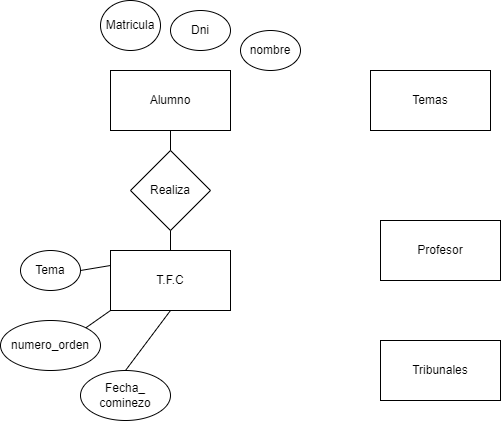
Before: Tema2/Tarea2/Ejercicio2.drawio.png, a diagram exported from draw.io (Joseman2000LR/Bae). Source tidied: cells renumbered, new cells last; positions are measured from the earlier drawing's top-left corner, leaving out a move shared by most shapes. Its diagram source:
```xml
<mxGraphModel>
  <root>
    <mxCell id="0" />
    <mxCell id="1" parent="0" />
    <mxCell id="2" value="Profesor" style="rounded=0;whiteSpace=wrap;html=1;" parent="1" vertex="1">
      <mxGeometry x="380" y="220" width="120" height="60" as="geometry" />
    </mxCell>
    <mxCell id="3" value="Temas" style="rounded=0;whiteSpace=wrap;html=1;" parent="1" vertex="1">
      <mxGeometry x="370" y="70" width="120" height="60" as="geometry" />
    </mxCell>
    <mxCell id="4" value="Alumno" style="rounded=0;whiteSpace=wrap;html=1;" parent="1" vertex="1">
      <mxGeometry x="110" y="70" width="120" height="60" as="geometry" />
    </mxCell>
    <mxCell id="5" value="Tribunales" style="rounded=0;whiteSpace=wrap;html=1;" parent="1" vertex="1">
      <mxGeometry x="380" y="340" width="120" height="60" as="geometry" />
    </mxCell>
    <mxCell id="6" value="nombre" style="ellipse;whiteSpace=wrap;html=1;" parent="1" vertex="1">
      <mxGeometry x="240" y="30" width="60" height="40" as="geometry" />
    </mxCell>
    <mxCell id="7" value="Dni" style="ellipse;whiteSpace=wrap;html=1;" parent="1" vertex="1">
      <mxGeometry x="170" y="10" width="60" height="40" as="geometry" />
    </mxCell>
    <mxCell id="8" value="Matricula" style="ellipse;whiteSpace=wrap;html=1;" parent="1" vertex="1">
      <mxGeometry x="100" width="60" height="50" as="geometry" />
    </mxCell>
    <mxCell id="9" value="T.F.C" style="rounded=0;whiteSpace=wrap;html=1;" parent="1" vertex="1">
      <mxGeometry x="110" y="250" width="120" height="60" as="geometry" />
    </mxCell>
    <mxCell id="10" value="Realiza" style="rhombus;whiteSpace=wrap;html=1;" parent="1" vertex="1">
      <mxGeometry x="130" y="150" width="80" height="80" as="geometry" />
    </mxCell>
    <mxCell id="11" style="endArrow=none;html=1;entryX=0.5;entryY=1;entryDx=0;entryDy=0;exitX=0.5;exitY=0;exitDx=0;exitDy=0;" parent="1" edge="1" source="10" target="4">
      <mxGeometry relative="1" as="geometry" />
    </mxCell>
    <mxCell id="12" style="endArrow=none;html=1;exitX=0.5;exitY=1;exitDx=0;exitDy=0;entryX=0.5;entryY=0;entryDx=0;entryDy=0;" parent="1" edge="1" source="10" target="9">
      <mxGeometry relative="1" as="geometry" />
    </mxCell>
    <mxCell id="13" value="Fecha_&lt;br&gt;cominezo" style="ellipse;whiteSpace=wrap;html=1;" parent="1" vertex="1">
      <mxGeometry x="80" y="370" width="90" height="50" as="geometry" />
    </mxCell>
    <mxCell id="14" value="numero_orden" style="ellipse;whiteSpace=wrap;html=1;" parent="1" vertex="1">
      <mxGeometry y="320" width="100" height="50" as="geometry" />
    </mxCell>
    <mxCell id="15" value="Tema" style="ellipse;whiteSpace=wrap;html=1;" parent="1" vertex="1">
      <mxGeometry x="20" y="250" width="60" height="40" as="geometry" />
    </mxCell>
    <mxCell id="16" style="endArrow=none;html=1;exitX=0.5;exitY=0;exitDx=0;exitDy=0;entryX=0.5;entryY=1;entryDx=0;entryDy=0;" parent="1" edge="1" source="13" target="9">
      <mxGeometry relative="1" as="geometry" />
    </mxCell>
    <mxCell id="17" style="endArrow=none;html=1;exitX=1;exitY=0;exitDx=0;exitDy=0;entryX=0;entryY=1;entryDx=0;entryDy=0;" parent="1" edge="1" source="14" target="9">
      <mxGeometry relative="1" as="geometry" />
    </mxCell>
    <mxCell id="18" style="endArrow=none;html=1;exitX=1;exitY=0.5;exitDx=0;exitDy=0;entryX=0;entryY=0.25;entryDx=0;entryDy=0;" parent="1" edge="1" source="15" target="9">
      <mxGeometry relative="1" as="geometry" />
    </mxCell>
  </root>
</mxGraphModel>
```
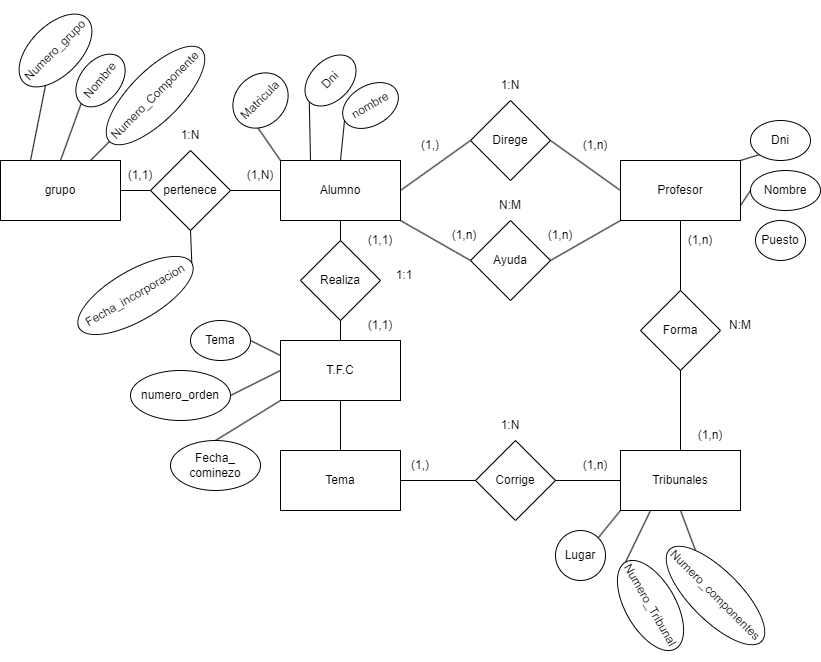
After the change.

Commit message:
terminado el diagrama

Diff of the diagram source:
```diff
@@ -3,31 +3,28 @@
     <mxCell id="0" />
     <mxCell id="1" parent="0" />
     <mxCell id="2" value="Profesor" style="rounded=0;whiteSpace=wrap;html=1;" parent="1" vertex="1">
-      <mxGeometry x="380" y="220" width="120" height="60" as="geometry" />
+      <mxGeometry x="530" y="135" width="120" height="60" as="geometry" />
     </mxCell>
-    <mxCell id="3" value="Temas" style="rounded=0;whiteSpace=wrap;html=1;" parent="1" vertex="1">
-      <mxGeometry x="370" y="70" width="120" height="60" as="geometry" />
-    </mxCell>
     <mxCell id="4" value="Alumno" style="rounded=0;whiteSpace=wrap;html=1;" parent="1" vertex="1">
-      <mxGeometry x="110" y="70" width="120" height="60" as="geometry" />
+      <mxGeometry x="190" y="135" width="120" height="60" as="geometry" />
     </mxCell>
     <mxCell id="5" value="Tribunales" style="rounded=0;whiteSpace=wrap;html=1;" parent="1" vertex="1">
-      <mxGeometry x="380" y="340" width="120" height="60" as="geometry" />
+      <mxGeometry x="530" y="425" width="120" height="60" as="geometry" />
     </mxCell>
-    <mxCell id="6" value="nombre" style="ellipse;whiteSpace=wrap;html=1;" parent="1" vertex="1">
-      <mxGeometry x="240" y="30" width="60" height="40" as="geometry" />
+    <mxCell id="6" value="nombre" style="ellipse;whiteSpace=wrap;html=1;rotation=-30;" parent="1" vertex="1">
+      <mxGeometry x="250" y="60" width="60" height="40" as="geometry" />
     </mxCell>
-    <mxCell id="7" value="Dni" style="ellipse;whiteSpace=wrap;html=1;" parent="1" vertex="1">
-      <mxGeometry x="170" y="10" width="60" height="40" as="geometry" />
+    <mxCell id="7" value="Dni" style="ellipse;whiteSpace=wrap;html=1;rotation=-45;" parent="1" vertex="1">
+      <mxGeometry x="210" y="35" width="60" height="40" as="geometry" />
     </mxCell>
-    <mxCell id="8" value="Matricula" style="ellipse;whiteSpace=wrap;html=1;" parent="1" vertex="1">
-      <mxGeometry x="100" width="60" height="50" as="geometry" />
+    <mxCell id="8" value="Matricula" style="ellipse;whiteSpace=wrap;html=1;rotation=-45;" parent="1" vertex="1">
+      <mxGeometry x="140" y="50" width="60" height="50" as="geometry" />
     </mxCell>
     <mxCell id="9" value="T.F.C" style="rounded=0;whiteSpace=wrap;html=1;" parent="1" vertex="1">
-      <mxGeometry x="110" y="250" width="120" height="60" as="geometry" />
+      <mxGeometry x="190" y="315" width="120" height="60" as="geometry" />
     </mxCell>
     <mxCell id="10" value="Realiza" style="rhombus;whiteSpace=wrap;html=1;" parent="1" vertex="1">
-      <mxGeometry x="130" y="150" width="80" height="80" as="geometry" />
+      <mxGeometry x="210" y="215" width="80" height="80" as="geometry" />
     </mxCell>
     <mxCell id="11" style="endArrow=none;html=1;entryX=0.5;entryY=1;entryDx=0;entryDy=0;exitX=0.5;exitY=0;exitDx=0;exitDy=0;" parent="1" edge="1" source="10" target="4">
       <mxGeometry relative="1" as="geometry" />
@@ -36,22 +33,198 @@
       <mxGeometry relative="1" as="geometry" />
     </mxCell>
     <mxCell id="13" value="Fecha_&lt;br&gt;cominezo" style="ellipse;whiteSpace=wrap;html=1;" parent="1" vertex="1">
-      <mxGeometry x="80" y="370" width="90" height="50" as="geometry" />
+      <mxGeometry x="80" y="415" width="90" height="50" as="geometry" />
     </mxCell>
     <mxCell id="14" value="numero_orden" style="ellipse;whiteSpace=wrap;html=1;" parent="1" vertex="1">
-      <mxGeometry y="320" width="100" height="50" as="geometry" />
+      <mxGeometry x="40" y="345" width="100" height="50" as="geometry" />
     </mxCell>
     <mxCell id="15" value="Tema" style="ellipse;whiteSpace=wrap;html=1;" parent="1" vertex="1">
-      <mxGeometry x="20" y="250" width="60" height="40" as="geometry" />
+      <mxGeometry x="100" y="295" width="60" height="40" as="geometry" />
     </mxCell>
-    <mxCell id="16" style="endArrow=none;html=1;exitX=0.5;exitY=0;exitDx=0;exitDy=0;entryX=0.5;entryY=1;entryDx=0;entryDy=0;" parent="1" edge="1" source="13" target="9">
+    <mxCell id="16" style="endArrow=none;html=1;exitX=0.5;exitY=0;exitDx=0;exitDy=0;entryX=0;entryY=1;entryDx=0;entryDy=0;" parent="1" edge="1" source="13" target="9">
       <mxGeometry relative="1" as="geometry" />
     </mxCell>
-    <mxCell id="17" style="endArrow=none;html=1;exitX=1;exitY=0;exitDx=0;exitDy=0;entryX=0;entryY=1;entryDx=0;entryDy=0;" parent="1" edge="1" source="14" target="9">
+    <mxCell id="17" style="endArrow=none;html=1;exitX=1;exitY=0.5;exitDx=0;exitDy=0;entryX=0;entryY=0.5;entryDx=0;entryDy=0;" parent="1" edge="1" source="14" target="9">
       <mxGeometry relative="1" as="geometry" />
     </mxCell>
     <mxCell id="18" style="endArrow=none;html=1;exitX=1;exitY=0.5;exitDx=0;exitDy=0;entryX=0;entryY=0.25;entryDx=0;entryDy=0;" parent="1" edge="1" source="15" target="9">
       <mxGeometry relative="1" as="geometry" />
     </mxCell>
+    <mxCell id="19" value="Numero_Tribunal" style="ellipse;whiteSpace=wrap;html=1;rotation=60;" parent="1" vertex="1">
+      <mxGeometry x="510" y="555" width="100" height="50" as="geometry" />
+    </mxCell>
+    <mxCell id="20" value="Puesto" style="ellipse;whiteSpace=wrap;html=1;" parent="1" vertex="1">
+      <mxGeometry x="665" y="195" width="50" height="40" as="geometry" />
+    </mxCell>
+    <mxCell id="21" value="Nombre" style="ellipse;whiteSpace=wrap;html=1;" parent="1" vertex="1">
+      <mxGeometry x="660" y="145" width="70" height="40" as="geometry" />
+    </mxCell>
+    <mxCell id="22" value="Dni" style="ellipse;whiteSpace=wrap;html=1;" parent="1" vertex="1">
+      <mxGeometry x="660" y="95" width="60" height="40" as="geometry" />
+    </mxCell>
+    <mxCell id="23" value="Direge" style="rhombus;whiteSpace=wrap;html=1;" parent="1" vertex="1">
+      <mxGeometry x="380" y="75" width="80" height="80" as="geometry" />
+    </mxCell>
+    <mxCell id="24" value="Forma" style="rhombus;whiteSpace=wrap;html=1;" parent="1" vertex="1">
+      <mxGeometry x="550" y="265" width="80" height="80" as="geometry" />
+    </mxCell>
+    <mxCell id="25" style="endArrow=none;html=1;entryX=0;entryY=0.5;entryDx=0;entryDy=0;exitX=1;exitY=0.5;exitDx=0;exitDy=0;" parent="1" edge="1" source="23" target="2">
+      <mxGeometry relative="1" as="geometry" />
+    </mxCell>
+    <mxCell id="26" style="endArrow=none;html=1;entryX=0.5;entryY=1;entryDx=0;entryDy=0;" parent="1" edge="1" source="24" target="2">
+      <mxGeometry relative="1" as="geometry" />
+    </mxCell>
+    <mxCell id="27" style="endArrow=none;html=1;entryX=0;entryY=0.5;entryDx=0;entryDy=0;exitX=1;exitY=0.5;exitDx=0;exitDy=0;" parent="1" edge="1" source="4" target="23">
+      <mxGeometry relative="1" as="geometry" />
+    </mxCell>
+    <mxCell id="28" style="endArrow=none;html=1;entryX=0.5;entryY=1;entryDx=0;entryDy=0;exitX=0.5;exitY=0;exitDx=0;exitDy=0;" parent="1" edge="1" source="5" target="24">
+      <mxGeometry relative="1" as="geometry" />
+    </mxCell>
+    <mxCell id="29" value="Lugar" style="ellipse;whiteSpace=wrap;html=1;" parent="1" vertex="1">
+      <mxGeometry x="465" y="505" width="50" height="50" as="geometry" />
+    </mxCell>
+    <mxCell id="30" value="Numero_componentes" style="ellipse;whiteSpace=wrap;html=1;rotation=45;" parent="1" vertex="1">
+      <mxGeometry x="560" y="545" width="130" height="50" as="geometry" />
+    </mxCell>
+    <mxCell id="31" style="endArrow=none;html=1;entryX=0.5;entryY=1;entryDx=0;entryDy=0;exitX=0;exitY=0;exitDx=0;exitDy=0;" parent="1" edge="1" source="30" target="5">
+      <mxGeometry relative="1" as="geometry" />
+    </mxCell>
+    <mxCell id="32" style="endArrow=none;html=1;entryX=0.25;entryY=1;entryDx=0;entryDy=0;exitX=0;exitY=0.5;exitDx=0;exitDy=0;" parent="1" edge="1" source="19" target="5">
+      <mxGeometry relative="1" as="geometry" />
+    </mxCell>
+    <mxCell id="33" style="endArrow=none;html=1;entryX=0;entryY=1;entryDx=0;entryDy=0;exitX=1;exitY=0;exitDx=0;exitDy=0;" parent="1" edge="1" source="29" target="5">
+      <mxGeometry relative="1" as="geometry" />
+    </mxCell>
+    <mxCell id="34" value="pertenece" style="rhombus;whiteSpace=wrap;html=1;" parent="1" vertex="1">
+      <mxGeometry x="60" y="125" width="80" height="80" as="geometry" />
+    </mxCell>
+    <mxCell id="35" style="endArrow=none;html=1;entryX=0;entryY=0.5;entryDx=0;entryDy=0;exitX=1;exitY=0.5;exitDx=0;exitDy=0;" parent="1" edge="1" source="34" target="4">
+      <mxGeometry relative="1" as="geometry" />
+    </mxCell>
+    <mxCell id="36" value="grupo" style="rounded=0;whiteSpace=wrap;html=1;" parent="1" vertex="1">
+      <mxGeometry x="-90" y="135" width="120" height="60" as="geometry" />
+    </mxCell>
+    <mxCell id="37" style="endArrow=none;html=1;entryX=0;entryY=0.5;entryDx=0;entryDy=0;exitX=1;exitY=0.5;exitDx=0;exitDy=0;" parent="1" edge="1" source="36" target="34">
+      <mxGeometry relative="1" as="geometry" />
+    </mxCell>
+    <mxCell id="38" value="Fecha_incorporacion" style="ellipse;whiteSpace=wrap;html=1;rotation=-30;" parent="1" vertex="1">
+      <mxGeometry x="-20" y="245" width="130" height="50" as="geometry" />
+    </mxCell>
+    <mxCell id="39" value="Nombre" style="ellipse;whiteSpace=wrap;html=1;rotation=-50;" parent="1" vertex="1">
+      <mxGeometry x="-20" y="35" width="60" height="40" as="geometry" />
+    </mxCell>
+    <mxCell id="40" value="Numero_grupo" style="ellipse;whiteSpace=wrap;html=1;rotation=-45;" parent="1" vertex="1">
+      <mxGeometry x="-80" width="90" height="50" as="geometry" />
+    </mxCell>
+    <mxCell id="41" value="Numero_Componente" style="ellipse;whiteSpace=wrap;html=1;rotation=-45;" parent="1" vertex="1">
+      <mxGeometry y="45" width="130" height="50" as="geometry" />
+    </mxCell>
+    <mxCell id="42" style="endArrow=none;html=1;entryX=0;entryY=0.5;entryDx=0;entryDy=0;exitX=0.75;exitY=0;exitDx=0;exitDy=0;" parent="1" edge="1" source="36" target="41">
+      <mxGeometry relative="1" as="geometry" />
+    </mxCell>
+    <mxCell id="43" style="endArrow=none;html=1;entryX=0;entryY=0.5;entryDx=0;entryDy=0;exitX=0.5;exitY=0;exitDx=0;exitDy=0;" parent="1" edge="1" source="36" target="39">
+      <mxGeometry relative="1" as="geometry" />
+    </mxCell>
+    <mxCell id="44" style="endArrow=none;html=1;entryX=0;entryY=1;entryDx=0;entryDy=0;exitX=0.25;exitY=0;exitDx=0;exitDy=0;" parent="1" edge="1" source="36" target="40">
+      <mxGeometry relative="1" as="geometry" />
+    </mxCell>
+    <mxCell id="45" value="1:N" style="text;html=1;strokeColor=none;fillColor=none;align=center;verticalAlign=middle;whiteSpace=wrap;rounded=0;" parent="1" vertex="1">
+      <mxGeometry x="70" y="95" width="60" height="30" as="geometry" />
+    </mxCell>
+    <mxCell id="46" value="(1,1)" style="text;html=1;strokeColor=none;fillColor=none;align=center;verticalAlign=middle;whiteSpace=wrap;rounded=0;" parent="1" vertex="1">
+      <mxGeometry x="20" y="135" width="60" height="30" as="geometry" />
+    </mxCell>
+    <mxCell id="47" value="(1,N)" style="text;html=1;strokeColor=none;fillColor=none;align=center;verticalAlign=middle;whiteSpace=wrap;rounded=0;" parent="1" vertex="1">
+      <mxGeometry x="140" y="135" width="60" height="30" as="geometry" />
+    </mxCell>
+    <mxCell id="48" style="endArrow=none;html=1;entryX=0.5;entryY=1;entryDx=0;entryDy=0;exitX=1;exitY=0.5;exitDx=0;exitDy=0;" parent="1" edge="1" source="38" target="34">
+      <mxGeometry relative="1" as="geometry" />
+    </mxCell>
+    <mxCell id="49" value="Ayuda" style="rhombus;whiteSpace=wrap;html=1;" parent="1" vertex="1">
+      <mxGeometry x="380" y="195" width="80" height="80" as="geometry" />
+    </mxCell>
+    <mxCell id="50" style="endArrow=none;html=1;entryX=1;entryY=1;entryDx=0;entryDy=0;exitX=0;exitY=0.5;exitDx=0;exitDy=0;" parent="1" edge="1" source="49" target="4">
+      <mxGeometry relative="1" as="geometry" />
+    </mxCell>
+    <mxCell id="51" style="endArrow=none;html=1;entryX=0;entryY=1;entryDx=0;entryDy=0;exitX=1;exitY=0.5;exitDx=0;exitDy=0;" parent="1" edge="1" source="49" target="2">
+      <mxGeometry relative="1" as="geometry" />
+    </mxCell>
+    <mxCell id="52" style="endArrow=none;html=1;entryX=0;entryY=0.5;entryDx=0;entryDy=0;exitX=1;exitY=0.75;exitDx=0;exitDy=0;" parent="1" edge="1" source="2" target="21">
+      <mxGeometry relative="1" as="geometry" />
+    </mxCell>
+    <mxCell id="53" style="endArrow=none;html=1;entryX=0;entryY=1;entryDx=0;entryDy=0;exitX=1;exitY=0;exitDx=0;exitDy=0;" parent="1" edge="1" source="2" target="22">
+      <mxGeometry relative="1" as="geometry" />
+    </mxCell>
+    <mxCell id="54" style="endArrow=none;html=1;entryX=0;entryY=1;entryDx=0;entryDy=0;exitX=0;exitY=0;exitDx=0;exitDy=0;" parent="1" edge="1" source="4" target="8">
+      <mxGeometry relative="1" as="geometry" />
+    </mxCell>
+    <mxCell id="55" style="endArrow=none;html=1;entryX=0;entryY=0.5;entryDx=0;entryDy=0;exitX=0.5;exitY=0;exitDx=0;exitDy=0;" parent="1" edge="1" source="4" target="6">
+      <mxGeometry relative="1" as="geometry" />
+    </mxCell>
+    <mxCell id="56" style="endArrow=none;html=1;entryX=0;entryY=0.5;entryDx=0;entryDy=0;exitX=0.25;exitY=0;exitDx=0;exitDy=0;" parent="1" edge="1" source="4" target="7">
+      <mxGeometry relative="1" as="geometry" />
+    </mxCell>
+    <mxCell id="57" value="(1,)" style="text;html=1;strokeColor=none;fillColor=none;align=center;verticalAlign=middle;whiteSpace=wrap;rounded=0;" parent="1" vertex="1">
+      <mxGeometry x="310" y="105" width="60" height="30" as="geometry" />
+    </mxCell>
+    <mxCell id="58" value="N:M" style="text;html=1;strokeColor=none;fillColor=none;align=center;verticalAlign=middle;whiteSpace=wrap;rounded=0;" parent="1" vertex="1">
+      <mxGeometry x="390" y="165" width="60" height="30" as="geometry" />
+    </mxCell>
+    <mxCell id="59" value="(1,n)" style="text;html=1;strokeColor=none;fillColor=none;align=center;verticalAlign=middle;whiteSpace=wrap;rounded=0;" parent="1" vertex="1">
+      <mxGeometry x="440" y="195" width="60" height="30" as="geometry" />
+    </mxCell>
+    <mxCell id="60" value="(1,n)" style="text;html=1;strokeColor=none;fillColor=none;align=center;verticalAlign=middle;whiteSpace=wrap;rounded=0;" parent="1" vertex="1">
+      <mxGeometry x="344" y="195" width="60" height="30" as="geometry" />
+    </mxCell>
+    <mxCell id="61" value="1:N" style="text;html=1;strokeColor=none;fillColor=none;align=center;verticalAlign=middle;whiteSpace=wrap;rounded=0;" parent="1" vertex="1">
+      <mxGeometry x="390" y="45" width="60" height="30" as="geometry" />
+    </mxCell>
+    <mxCell id="62" value="(1,n)" style="text;html=1;strokeColor=none;fillColor=none;align=center;verticalAlign=middle;whiteSpace=wrap;rounded=0;" parent="1" vertex="1">
+      <mxGeometry x="475" y="105" width="60" height="30" as="geometry" />
+    </mxCell>
+    <mxCell id="63" value="(1,1)" style="text;html=1;strokeColor=none;fillColor=none;align=center;verticalAlign=middle;whiteSpace=wrap;rounded=0;" parent="1" vertex="1">
+      <mxGeometry x="260" y="285" width="60" height="30" as="geometry" />
+    </mxCell>
+    <mxCell id="64" value="(1,1)" style="text;html=1;strokeColor=none;fillColor=none;align=center;verticalAlign=middle;whiteSpace=wrap;rounded=0;" parent="1" vertex="1">
+      <mxGeometry x="260" y="200" width="60" height="30" as="geometry" />
+    </mxCell>
+    <mxCell id="65" value="1:1" style="text;html=1;strokeColor=none;fillColor=none;align=center;verticalAlign=middle;whiteSpace=wrap;rounded=0;" parent="1" vertex="1">
+      <mxGeometry x="284" y="235" width="60" height="30" as="geometry" />
+    </mxCell>
+    <mxCell id="66" value="N:M" style="text;html=1;strokeColor=none;fillColor=none;align=center;verticalAlign=middle;whiteSpace=wrap;rounded=0;" parent="1" vertex="1">
+      <mxGeometry x="620" y="285" width="60" height="30" as="geometry" />
+    </mxCell>
+    <mxCell id="67" value="(1,n)" style="text;html=1;strokeColor=none;fillColor=none;align=center;verticalAlign=middle;whiteSpace=wrap;rounded=0;" parent="1" vertex="1">
+      <mxGeometry x="590" y="395" width="60" height="30" as="geometry" />
+    </mxCell>
+    <mxCell id="68" value="(1,n)" style="text;html=1;strokeColor=none;fillColor=none;align=center;verticalAlign=middle;whiteSpace=wrap;rounded=0;" parent="1" vertex="1">
+      <mxGeometry x="580" y="200" width="60" height="30" as="geometry" />
+    </mxCell>
+    <mxCell id="69" style="endArrow=none;html=1;entryX=0.5;entryY=1;entryDx=0;entryDy=0;" parent="1" edge="1" target="9">
+      <mxGeometry relative="1" as="geometry">
+        <mxPoint x="250" y="425" as="sourcePoint" />
+      </mxGeometry>
+    </mxCell>
+    <mxCell id="70" value="Tema" style="rounded=0;whiteSpace=wrap;html=1;" parent="1" vertex="1">
+      <mxGeometry x="190" y="425" width="120" height="60" as="geometry" />
+    </mxCell>
+    <mxCell id="71" value="Corrige" style="rhombus;whiteSpace=wrap;html=1;" parent="1" vertex="1">
+      <mxGeometry x="385" y="415" width="80" height="80" as="geometry" />
+    </mxCell>
+    <mxCell id="72" style="endArrow=none;html=1;entryX=0;entryY=0.5;entryDx=0;entryDy=0;exitX=1;exitY=0.5;exitDx=0;exitDy=0;" parent="1" edge="1" source="70" target="71">
+      <mxGeometry relative="1" as="geometry" />
+    </mxCell>
+    <mxCell id="73" style="endArrow=none;html=1;entryX=0;entryY=0.5;entryDx=0;entryDy=0;exitX=1;exitY=0.5;exitDx=0;exitDy=0;" parent="1" edge="1" source="71" target="5">
+      <mxGeometry relative="1" as="geometry" />
+    </mxCell>
+    <mxCell id="74" value="1:N" style="text;html=1;strokeColor=none;fillColor=none;align=center;verticalAlign=middle;whiteSpace=wrap;rounded=0;" parent="1" vertex="1">
+      <mxGeometry x="390" y="385" width="60" height="30" as="geometry" />
+    </mxCell>
+    <mxCell id="75" value="(1,)" style="text;html=1;strokeColor=none;fillColor=none;align=center;verticalAlign=middle;whiteSpace=wrap;rounded=0;" parent="1" vertex="1">
+      <mxGeometry x="300" y="425" width="60" height="30" as="geometry" />
+    </mxCell>
+    <mxCell id="76" value="(1,n)" style="text;html=1;strokeColor=none;fillColor=none;align=center;verticalAlign=middle;whiteSpace=wrap;rounded=0;" parent="1" vertex="1">
+      <mxGeometry x="475" y="425" width="60" height="30" as="geometry" />
+    </mxCell>
   </root>
 </mxGraphModel>
```
